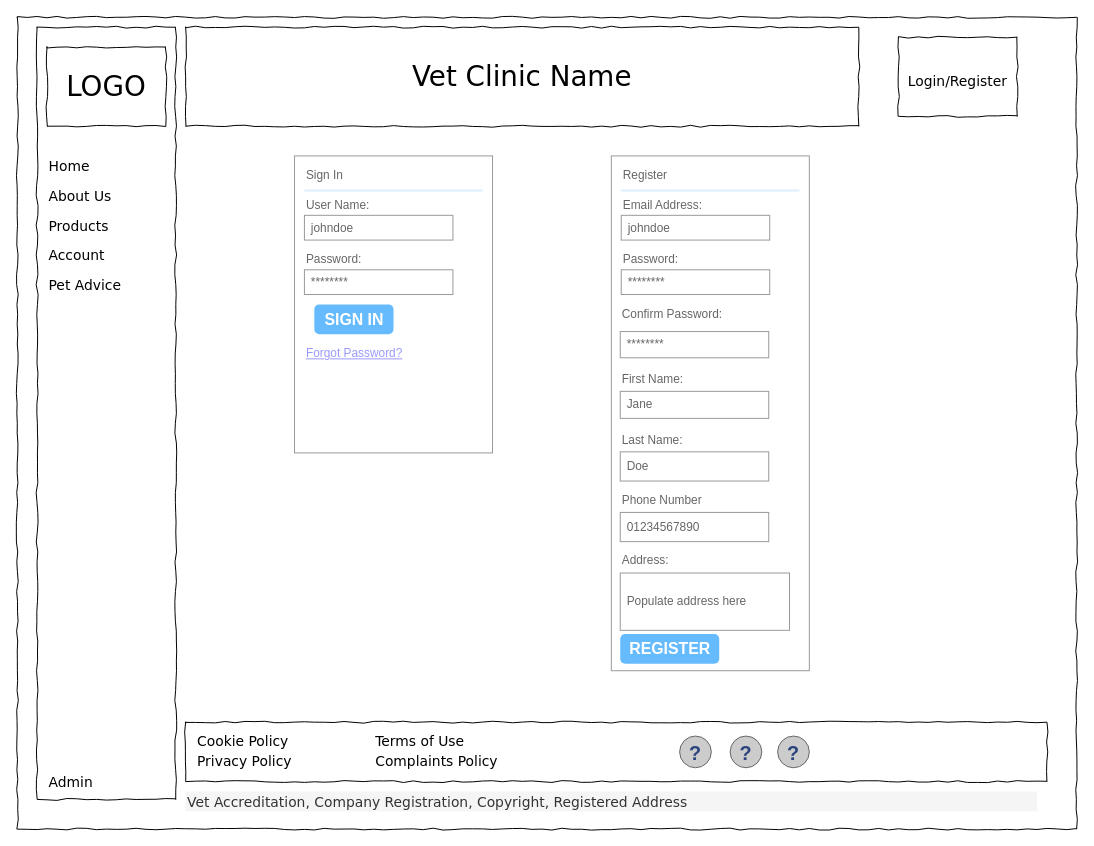
This is Wireframes/wireframe-login.drawio from azzywazzy/sky-git-team2, a draw.io file, before an edit. Source tidied: cells renumbered, new cells numbered last; positions are measured from the earlier drawing's top-left corner, leaving out a move shared by most shapes. Both pictures are drawn from the tidied source at 99%, with x=0, y=0 at pixel (17, 17).
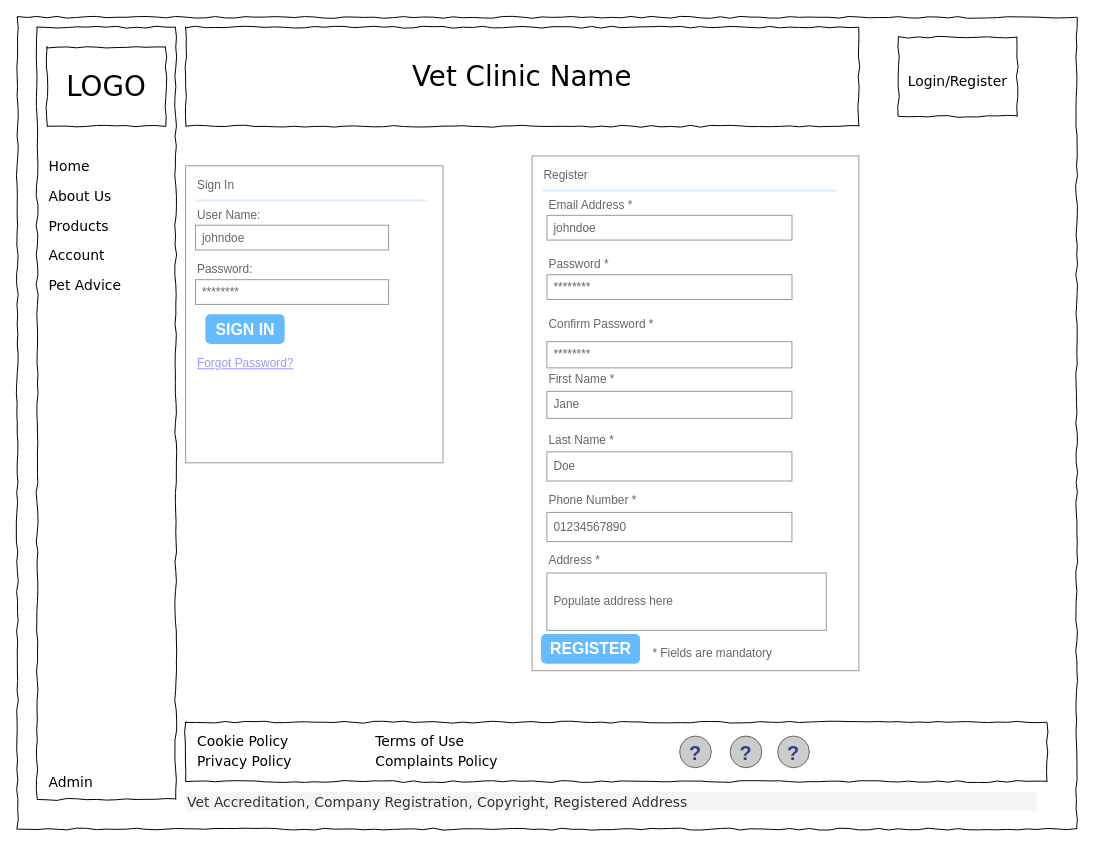
The same diagram, later.

What changed in the source:
```diff
@@
     <mxCell id="22" style="strokeWidth=1;shadow=0;dashed=0;align=center;html=1;shape=mxgraph.mockup.forms.rrect;rSize=0;strokeColor=#999999;fillColor=#ffffff;" parent="1" vertex="1">
-      <mxGeometry x="280" y="140" width="200" height="300" as="geometry" />
+      <mxGeometry x="170" y="150" width="260" height="300" as="geometry" />
     </mxCell>
     <mxCell id="23" value="Sign In" style="strokeWidth=1;shadow=0;dashed=0;align=center;html=1;shape=mxgraph.mockup.forms.anchor;fontSize=12;fontColor=#666666;align=left;spacingLeft=0;" parent="22" vertex="1">
-      <mxGeometry width="100" height="20" relative="1" as="geometry">
+      <mxGeometry width="130" height="20" relative="1" as="geometry">
         <mxPoint x="10" y="10" as="offset" />
       </mxGeometry>
     </mxCell>
     <mxCell id="24" style="shape=line;strokeColor=#ddeeff;strokeWidth=2;html=1;" parent="22" vertex="1">
-      <mxGeometry width="180" height="10" relative="1" as="geometry">
+      <mxGeometry width="234" height="10" relative="1" as="geometry">
         <mxPoint x="10" y="30" as="offset" />
       </mxGeometry>
     </mxCell>
     <mxCell id="25" value="User Name:" style="strokeWidth=1;shadow=0;dashed=0;align=center;html=1;shape=mxgraph.mockup.forms.anchor;fontSize=12;fontColor=#666666;align=left;spacingLeft=0;" parent="22" vertex="1">
-      <mxGeometry width="100" height="20" relative="1" as="geometry">
+      <mxGeometry width="130" height="20" relative="1" as="geometry">
         <mxPoint x="10" y="40" as="offset" />
       </mxGeometry>
     </mxCell>
     <mxCell id="26" value="johndoe" style="strokeWidth=1;shadow=0;dashed=0;align=center;html=1;shape=mxgraph.mockup.forms.rrect;rSize=0;strokeColor=#999999;fontColor=#666666;align=left;spacingLeft=5;" parent="22" vertex="1">
-      <mxGeometry width="150" height="25" relative="1" as="geometry">
+      <mxGeometry width="195" height="25" relative="1" as="geometry">
         <mxPoint x="10" y="60" as="offset" />
       </mxGeometry>
     </mxCell>
     <mxCell id="27" value="Password:" style="strokeWidth=1;shadow=0;dashed=0;align=center;html=1;shape=mxgraph.mockup.forms.anchor;fontSize=12;fontColor=#666666;align=left;spacingLeft=0;" parent="22" vertex="1">
-      <mxGeometry width="100" height="20" relative="1" as="geometry">
+      <mxGeometry width="130" height="20" relative="1" as="geometry">
         <mxPoint x="10" y="95" as="offset" />
       </mxGeometry>
     </mxCell>
     <mxCell id="28" value="********" style="strokeWidth=1;shadow=0;dashed=0;align=center;html=1;shape=mxgraph.mockup.forms.rrect;rSize=0;strokeColor=#999999;fontColor=#666666;align=left;spacingLeft=5;" parent="22" vertex="1">
-      <mxGeometry width="150" height="25" relative="1" as="geometry">
+      <mxGeometry width="195" height="25" relative="1" as="geometry">
         <mxPoint x="10" y="115" as="offset" />
       </mxGeometry>
     </mxCell>
@@
     <mxCell id="30" value="Forgot Password?" style="strokeWidth=1;shadow=0;dashed=0;align=center;html=1;shape=mxgraph.mockup.forms.anchor;fontSize=12;fontColor=#9999ff;align=left;spacingLeft=0;fontStyle=4;" parent="22" vertex="1">
-      <mxGeometry y="1" width="150" height="20" relative="1" as="geometry">
+      <mxGeometry y="1" width="195" height="20" relative="1" as="geometry">
         <mxPoint x="10" y="-110" as="offset" />
       </mxGeometry>
     </mxCell>
     <mxCell id="31" style="strokeWidth=1;shadow=0;dashed=0;align=center;html=1;shape=mxgraph.mockup.forms.rrect;rSize=0;strokeColor=#999999;fillColor=#ffffff;" parent="1" vertex="1">
-      <mxGeometry x="600" y="140" width="200" height="520" as="geometry" />
+      <mxGeometry x="520" y="140" width="330" height="520" as="geometry" />
     </mxCell>
     <mxCell id="32" value="Register" style="strokeWidth=1;shadow=0;dashed=0;align=center;html=1;shape=mxgraph.mockup.forms.anchor;fontSize=12;fontColor=#666666;align=left;spacingLeft=0;" parent="31" vertex="1">
-      <mxGeometry width="100" height="20" relative="1" as="geometry">
+      <mxGeometry width="165" height="20" relative="1" as="geometry">
         <mxPoint x="10" y="10" as="offset" />
       </mxGeometry>
     </mxCell>
     <mxCell id="33" style="shape=line;strokeColor=#ddeeff;strokeWidth=2;html=1;" parent="31" vertex="1">
-      <mxGeometry width="180" height="10" relative="1" as="geometry">
+      <mxGeometry width="297" height="10" relative="1" as="geometry">
         <mxPoint x="10" y="30" as="offset" />
       </mxGeometry>
     </mxCell>
-    <mxCell id="34" value="Email Address:" style="strokeWidth=1;shadow=0;dashed=0;align=center;html=1;shape=mxgraph.mockup.forms.anchor;fontSize=12;fontColor=#666666;align=left;spacingLeft=0;" parent="31" vertex="1">
-      <mxGeometry width="100" height="20" relative="1" as="geometry">
-        <mxPoint x="10" y="40" as="offset" />
+    <mxCell id="34" value="Email Address *" style="strokeWidth=1;shadow=0;dashed=0;align=center;html=1;shape=mxgraph.mockup.forms.anchor;fontSize=12;fontColor=#666666;align=left;spacingLeft=0;" parent="31" vertex="1">
+      <mxGeometry width="165" height="20" relative="1" as="geometry">
+        <mxPoint x="15" y="40" as="offset" />
       </mxGeometry>
     </mxCell>
     <mxCell id="35" value="johndoe" style="strokeWidth=1;shadow=0;dashed=0;align=center;html=1;shape=mxgraph.mockup.forms.rrect;rSize=0;strokeColor=#999999;fontColor=#666666;align=left;spacingLeft=5;" parent="31" vertex="1">
-      <mxGeometry width="150" height="25" relative="1" as="geometry">
-        <mxPoint x="10" y="60" as="offset" />
+      <mxGeometry width="247.5" height="25" relative="1" as="geometry">
+        <mxPoint x="15" y="60" as="offset" />
       </mxGeometry>
     </mxCell>
-    <mxCell id="36" value="Password:" style="strokeWidth=1;shadow=0;dashed=0;align=center;html=1;shape=mxgraph.mockup.forms.anchor;fontSize=12;fontColor=#666666;align=left;spacingLeft=0;" parent="31" vertex="1">
-      <mxGeometry width="100" height="20" relative="1" as="geometry">
-        <mxPoint x="10" y="95" as="offset" />
+    <mxCell id="36" value="Password *" style="strokeWidth=1;shadow=0;dashed=0;align=center;html=1;shape=mxgraph.mockup.forms.anchor;fontSize=12;fontColor=#666666;align=left;spacingLeft=0;" parent="31" vertex="1">
+      <mxGeometry width="165" height="20" relative="1" as="geometry">
+        <mxPoint x="15" y="100" as="offset" />
       </mxGeometry>
     </mxCell>
     <mxCell id="37" value="********" style="strokeWidth=1;shadow=0;dashed=0;align=center;html=1;shape=mxgraph.mockup.forms.rrect;rSize=0;strokeColor=#999999;fontColor=#666666;align=left;spacingLeft=5;" parent="31" vertex="1">
-      <mxGeometry width="150" height="25" relative="1" as="geometry">
-        <mxPoint x="10" y="115" as="offset" />
+      <mxGeometry width="247.5" height="25" relative="1" as="geometry">
+        <mxPoint x="15" y="120" as="offset" />
       </mxGeometry>
     </mxCell>
@@
-    <mxCell id="39" value="Confirm Password:" style="strokeWidth=1;shadow=0;dashed=0;align=center;html=1;shape=mxgraph.mockup.forms.anchor;fontSize=12;fontColor=#666666;align=left;spacingLeft=0;" parent="31" vertex="1">
-      <mxGeometry x="9" y="142.7" width="115" height="34.7" as="geometry" />
+    <mxCell id="39" value="Confirm Password *" style="strokeWidth=1;shadow=0;dashed=0;align=center;html=1;shape=mxgraph.mockup.forms.anchor;fontSize=12;fontColor=#666666;align=left;spacingLeft=0;" parent="31" vertex="1">
+      <mxGeometry x="14.9" y="152.9" width="189.8" height="34.7" as="geometry" />
     </mxCell>
     <mxCell id="40" value="********" style="strokeWidth=1;shadow=0;dashed=0;align=center;html=1;shape=mxgraph.mockup.forms.rrect;rSize=0;strokeColor=#999999;fontColor=#666666;align=left;spacingLeft=5;" parent="31" vertex="1">
-      <mxGeometry x="9" y="177.4" width="150" height="26.5" as="geometry" />
+      <mxGeometry x="14.9" y="187.6" width="247.5" height="26.5" as="geometry" />
     </mxCell>
-    <mxCell id="41" value="First Name:" style="strokeWidth=1;shadow=0;dashed=0;align=center;html=1;shape=mxgraph.mockup.forms.anchor;fontSize=12;fontColor=#666666;align=left;spacingLeft=0;" parent="31" vertex="1">
-      <mxGeometry x="9" y="214.1" width="100" height="23.6" as="geometry" />
+    <mxCell id="41" value="First Name *" style="strokeWidth=1;shadow=0;dashed=0;align=center;html=1;shape=mxgraph.mockup.forms.anchor;fontSize=12;fontColor=#666666;align=left;spacingLeft=0;" parent="31" vertex="1">
+      <mxGeometry x="14.9" y="214.1" width="165" height="23.6" as="geometry" />
     </mxCell>
     <mxCell id="42" value="Jane" style="strokeWidth=1;shadow=0;dashed=0;align=center;html=1;shape=mxgraph.mockup.forms.rrect;rSize=0;strokeColor=#999999;fontColor=#666666;align=left;spacingLeft=5;" parent="31" vertex="1">
-      <mxGeometry x="9" y="237.8" width="150" height="27.3" as="geometry" />
+      <mxGeometry x="14.9" y="237.8" width="247.5" height="27.3" as="geometry" />
     </mxCell>
-    <mxCell id="43" value="Last Name:" style="strokeWidth=1;shadow=0;dashed=0;align=center;html=1;shape=mxgraph.mockup.forms.anchor;fontSize=12;fontColor=#666666;align=left;spacingLeft=0;" parent="31" vertex="1">
-      <mxGeometry x="9" y="275.3" width="100" height="23.6" as="geometry" />
+    <mxCell id="43" value="Last Name *" style="strokeWidth=1;shadow=0;dashed=0;align=center;html=1;shape=mxgraph.mockup.forms.anchor;fontSize=12;fontColor=#666666;align=left;spacingLeft=0;" parent="31" vertex="1">
+      <mxGeometry x="14.9" y="275.3" width="165" height="23.6" as="geometry" />
     </mxCell>
     <mxCell id="44" value="Doe" style="strokeWidth=1;shadow=0;dashed=0;align=center;html=1;shape=mxgraph.mockup.forms.rrect;rSize=0;strokeColor=#999999;fontColor=#666666;align=left;spacingLeft=5;" parent="31" vertex="1">
-      <mxGeometry x="9" y="298.9" width="150" height="29.5" as="geometry" />
+      <mxGeometry x="14.9" y="298.9" width="247.5" height="29.5" as="geometry" />
     </mxCell>
-    <mxCell id="45" value="Phone Number" style="strokeWidth=1;shadow=0;dashed=0;align=center;html=1;shape=mxgraph.mockup.forms.anchor;fontSize=12;fontColor=#666666;align=left;spacingLeft=0;" parent="31" vertex="1">
-      <mxGeometry x="9" y="336.5" width="100" height="23.6" as="geometry" />
+    <mxCell id="45" value="Phone Number *" style="strokeWidth=1;shadow=0;dashed=0;align=center;html=1;shape=mxgraph.mockup.forms.anchor;fontSize=12;fontColor=#666666;align=left;spacingLeft=0;" parent="31" vertex="1">
+      <mxGeometry x="14.9" y="336.5" width="165" height="23.6" as="geometry" />
     </mxCell>
     <mxCell id="46" value="01234567890" style="strokeWidth=1;shadow=0;dashed=0;align=center;html=1;shape=mxgraph.mockup.forms.rrect;rSize=0;strokeColor=#999999;fontColor=#666666;align=left;spacingLeft=5;" parent="31" vertex="1">
-      <mxGeometry x="9" y="360.1" width="150" height="29.5" as="geometry" />
+      <mxGeometry x="14.9" y="360.1" width="247.5" height="29.5" as="geometry" />
     </mxCell>
-    <mxCell id="47" value="Address:" style="strokeWidth=1;shadow=0;dashed=0;align=center;html=1;shape=mxgraph.mockup.forms.anchor;fontSize=12;fontColor=#666666;align=left;spacingLeft=0;" parent="31" vertex="1">
-      <mxGeometry x="9" y="397.6" width="100" height="23.6" as="geometry" />
+    <mxCell id="47" value="Address *" style="strokeWidth=1;shadow=0;dashed=0;align=center;html=1;shape=mxgraph.mockup.forms.anchor;fontSize=12;fontColor=#666666;align=left;spacingLeft=0;" parent="31" vertex="1">
+      <mxGeometry x="14.9" y="397.6" width="165" height="23.6" as="geometry" />
     </mxCell>
     <mxCell id="48" value="Populate address here" style="strokeWidth=1;shadow=0;dashed=0;align=center;html=1;shape=mxgraph.mockup.forms.rrect;rSize=0;strokeColor=#999999;fontColor=#666666;align=left;spacingLeft=5;" parent="31" vertex="1">
-      <mxGeometry x="9" y="421.3" width="171" height="57.9" as="geometry" />
+      <mxGeometry x="14.9" y="421.3" width="282.2" height="57.9" as="geometry" />
     </mxCell>
+    <mxCell id="49" value="* Fields are mandatory" style="strokeWidth=1;shadow=0;dashed=0;align=center;html=1;shape=mxgraph.mockup.forms.anchor;fontSize=12;fontColor=#666666;align=left;spacingLeft=0;" parent="31" vertex="1">
+      <mxGeometry x="120" y="490" width="205" height="25.5" as="geometry" />
+    </mxCell>
```
